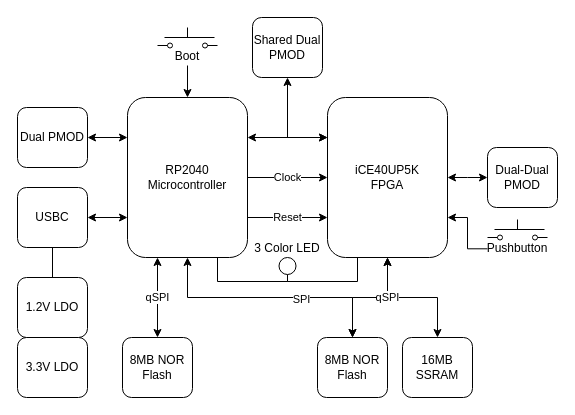
Earlier version of the draw.io diagram Docs/images/pico_ice.drawio (tinyvision-ai-inc/pico-ice). Source tidied: cells renumbered, new cells numbered last; positions are measured from the earlier drawing's top-left corner, leaving out a move shared by most shapes. Both pictures are drawn from the tidied source at 100%, with x=0, y=0 at pixel (17, 17).
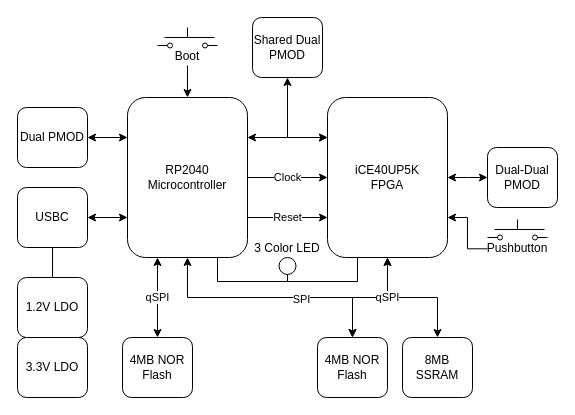
The same page after the edit.

Commit message (it also covers changes not shown here):
Updated pictures and block diagram, link to schematic

Diff of the diagram source:
```diff
@@
-    <mxCell id="13" value="8MB NOR Flash" style="rounded=1;whiteSpace=wrap;html=1;" parent="1" vertex="1">
+    <mxCell id="13" value="4MB NOR Flash" style="rounded=1;whiteSpace=wrap;html=1;" parent="1" vertex="1">
       <mxGeometry x="105" y="320" width="70" height="60" as="geometry" />
     </mxCell>
@@
-    <mxCell id="15" value="8MB NOR Flash" style="rounded=1;whiteSpace=wrap;html=1;" parent="1" vertex="1">
+    <mxCell id="15" value="4MB NOR Flash" style="rounded=1;whiteSpace=wrap;html=1;" parent="1" vertex="1">
       <mxGeometry x="300" y="320" width="70" height="60" as="geometry" />
     </mxCell>
@@
-    <mxCell id="25" value="16MB SSRAM" style="rounded=1;whiteSpace=wrap;html=1;" parent="1" vertex="1">
+    <mxCell id="25" value="8MB SSRAM" style="rounded=1;whiteSpace=wrap;html=1;" parent="1" vertex="1">
       <mxGeometry x="385" y="320" width="70" height="60" as="geometry" />
     </mxCell>
```
